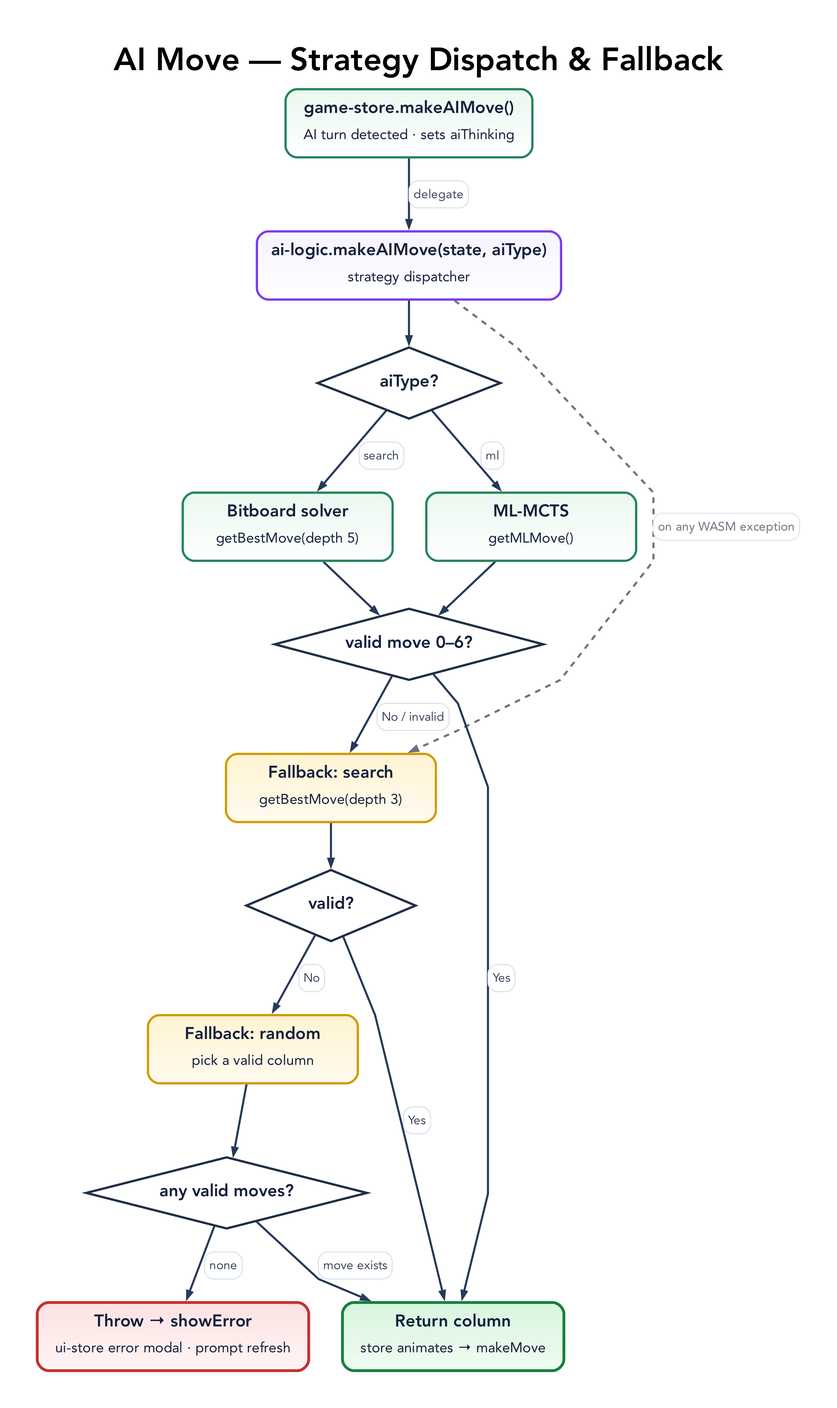
Before: docs/diagrams/ai-move-flow.png, a diagram exported from Graphviz (tre-systems/rowspire). Its source is kept beside it as docs/diagrams/ai-move-flow.dot.
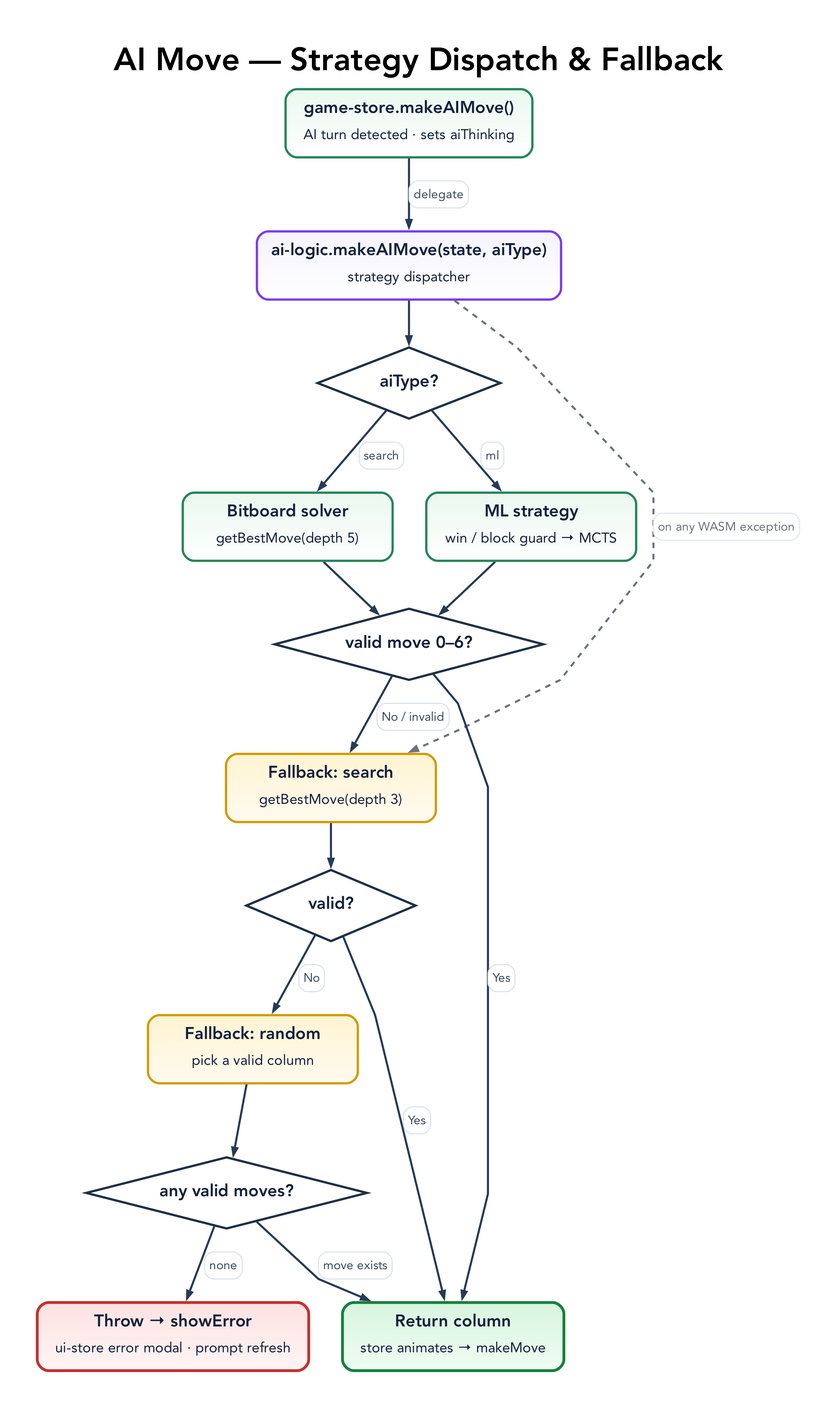
After the change.

Change to the diagram source:
```diff
@@ -51,7 +51,7 @@
   D1 [label=<<B>aiType?</B>>, shape=diamond, style=filled, width=2.7, height=1.05, fillcolor="#ffffff", color="#1f2f46", penwidth=2.4];
 
   C1 [label=<<TABLE BORDER="0" CELLBORDER="0" CELLSPACING="0" CELLPADDING="0"><TR><TD><B>Bitboard solver</B></TD></TR><TR><TD CELLPADDING="4"><FONT POINT-SIZE="15">getBestMove(depth 5)</FONT></TD></TR></TABLE>>, fillcolor="#eaf8ef:#ffffff", color="#22865a"];
-  C2 [label=<<TABLE BORDER="0" CELLBORDER="0" CELLSPACING="0" CELLPADDING="0"><TR><TD><B>ML-MCTS</B></TD></TR><TR><TD CELLPADDING="4"><FONT POINT-SIZE="15">getMLMove()</FONT></TD></TR></TABLE>>, fillcolor="#eaf8ef:#ffffff", color="#22865a"];
+  C2 [label=<<TABLE BORDER="0" CELLBORDER="0" CELLSPACING="0" CELLPADDING="0"><TR><TD><B>ML strategy</B></TD></TR><TR><TD CELLPADDING="4"><FONT POINT-SIZE="15">win / block guard &rarr; MCTS</FONT></TD></TR></TABLE>>, fillcolor="#eaf8ef:#ffffff", color="#22865a"];
 
   D2 [label=<<B>valid move 0&ndash;6?</B>>, shape=diamond, style=filled, width=3.0, height=1.05, fillcolor="#ffffff", color="#1f2f46", penwidth=2.4];
 
```
